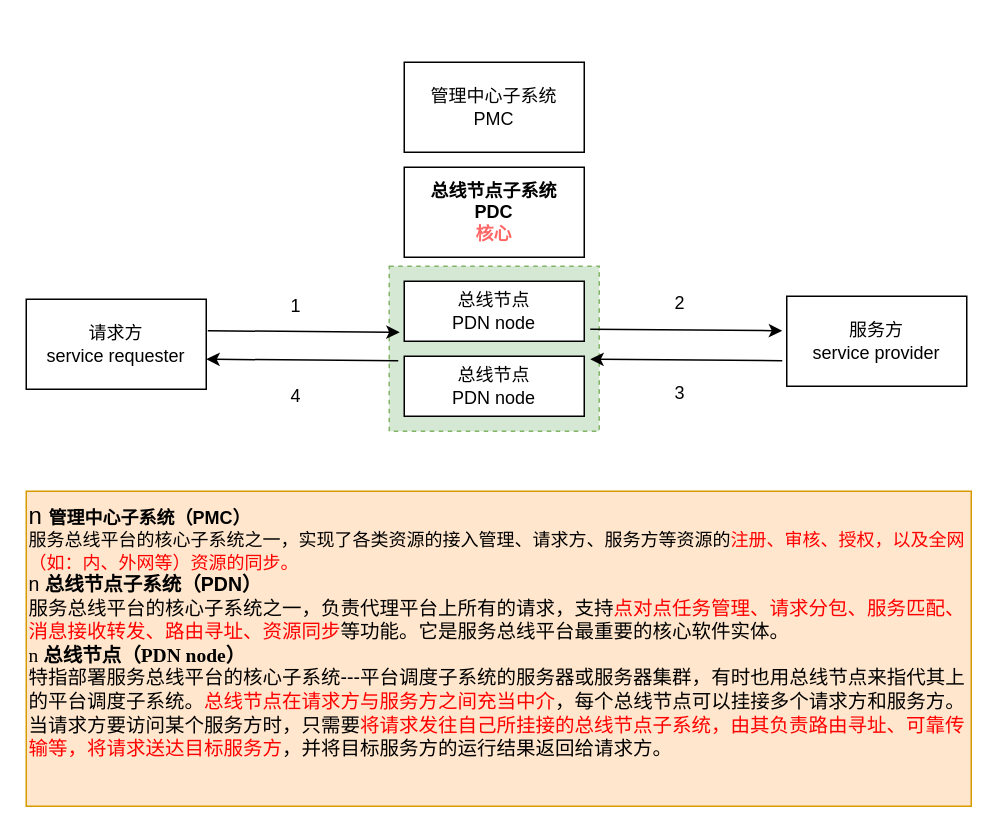
The draw.io diagram 喀什移动对接.drawio in bj-ehualu/drawio, before the edit. Source tidied: cells renumbered, new cells numbered last; positions are measured from the earlier drawing's top-left corner, leaving out a move shared by most shapes. Both pictures are drawn from the tidied source at 150%, with x=0, y=0 at pixel (26, 62).
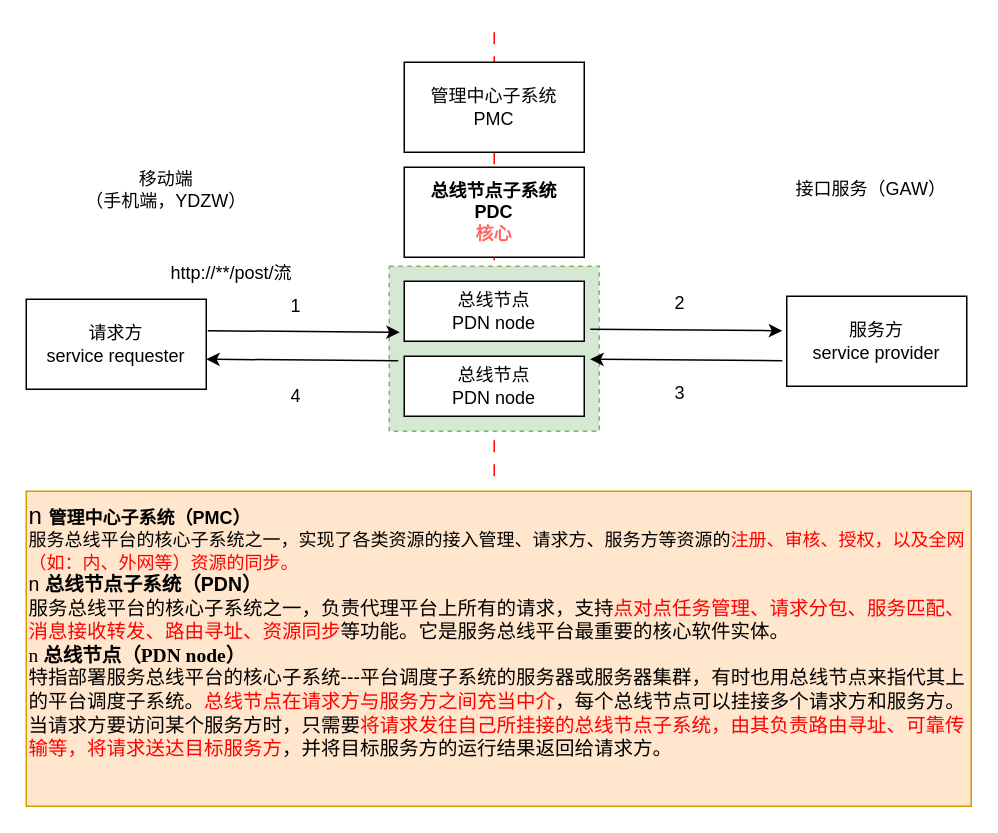
Above is the later version.

Commit message (it also covers changes not shown here):
更新喀什移动对接.drawio

Change to the diagram source:
```diff
@@
+    <mxCell id="18" style="endArrow=none;html=1;rounded=0;dashed=1;dashPattern=8 8;strokeColor=#FF0000;strokeWidth=1;" parent="1" edge="1">
+      <mxGeometry relative="1" as="geometry">
+        <mxPoint x="312" y="276" as="sourcePoint" />
+        <mxPoint x="312" y="-24" as="targetPoint" />
+      </mxGeometry>
+    </mxCell>
@@
+    <mxCell id="19" value="http://**/post/流" style="text;html=1;align=center;verticalAlign=middle;whiteSpace=wrap;rounded=0;" parent="1" vertex="1">
+      <mxGeometry x="92" y="126" width="90" height="30" as="geometry" />
+    </mxCell>
+    <mxCell id="20" value="移动端&lt;div&gt;（手机端，YDZW）&lt;/div&gt;" style="text;html=1;align=center;verticalAlign=middle;whiteSpace=wrap;rounded=0;" parent="1" vertex="1">
+      <mxGeometry x="15" y="70" width="157" height="30" as="geometry" />
+    </mxCell>
+    <mxCell id="21" value="接口服务（GAW）" style="text;html=1;align=center;verticalAlign=middle;whiteSpace=wrap;rounded=0;" parent="1" vertex="1">
+      <mxGeometry x="500" y="70" width="127" height="30" as="geometry" />
+    </mxCell>
```
